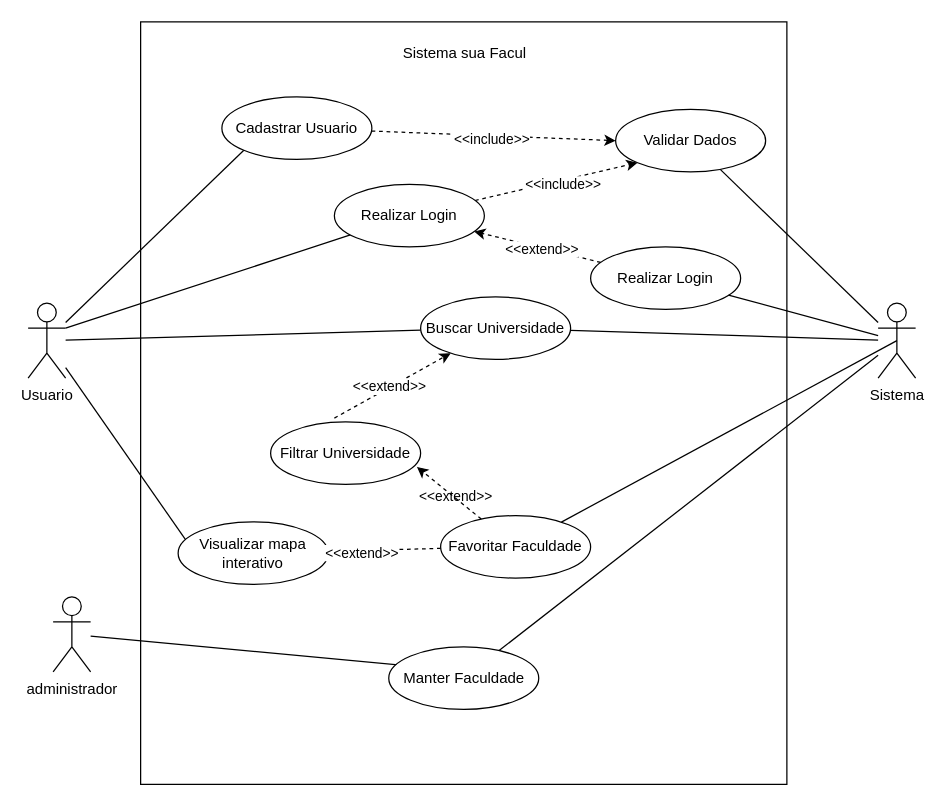
D4nntas/SuaFacul keeps this draw.io diagram as SuaFacul.drawio. Above is the earlier version. Source tidied: cells renumbered, new cells numbered last; positions are measured from the earlier drawing's top-left corner, leaving out a move shared by most shapes. Both pictures are drawn from the tidied source at 125%, with x=0, y=0 at pixel (28, 21).
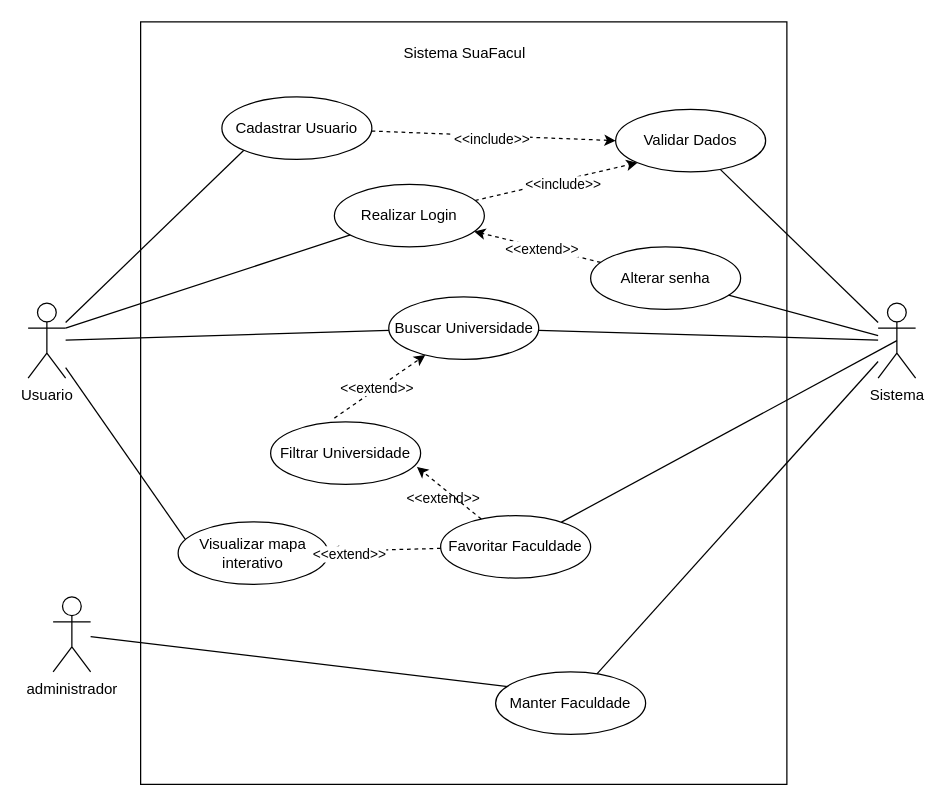
The same page after the edit.

Change to the diagram source:
```diff
@@
     <mxCell id="14" value="Buscar Universidade" style="ellipse;whiteSpace=wrap;html=1;direction=west;" parent="1" vertex="1">
-      <mxGeometry x="314" y="220" width="120" height="50" as="geometry" />
+      <mxGeometry x="288.5" y="220" width="120" height="50" as="geometry" />
     </mxCell>
@@
-    <mxCell id="19" value="Realizar Login" style="ellipse;whiteSpace=wrap;html=1;direction=west;" parent="1" vertex="1">
+    <mxCell id="19" value="Alterar senha" style="ellipse;whiteSpace=wrap;html=1;direction=west;" parent="1" vertex="1">
       <mxGeometry x="450" y="180" width="120" height="50" as="geometry" />
     </mxCell>
@@
     <mxCell id="25" value="Manter Faculdade" style="ellipse;whiteSpace=wrap;html=1;direction=west;" parent="1" vertex="1">
-      <mxGeometry x="288.5" y="500" width="120" height="50" as="geometry" />
+      <mxGeometry x="374" y="520" width="120" height="50" as="geometry" />
     </mxCell>
@@
-    <mxCell id="37" value="Sistema sua Facul" style="text;html=1;align=center;verticalAlign=middle;strokeColor=none;fillColor=none;" parent="1" vertex="1">
+    <mxCell id="37" value="Sistema SuaFacul" style="text;html=1;align=center;verticalAlign=middle;strokeColor=none;fillColor=none;" parent="1" vertex="1">
       <mxGeometry x="288.5" y="10" width="120" height="30" as="geometry" />
     </mxCell>
```
